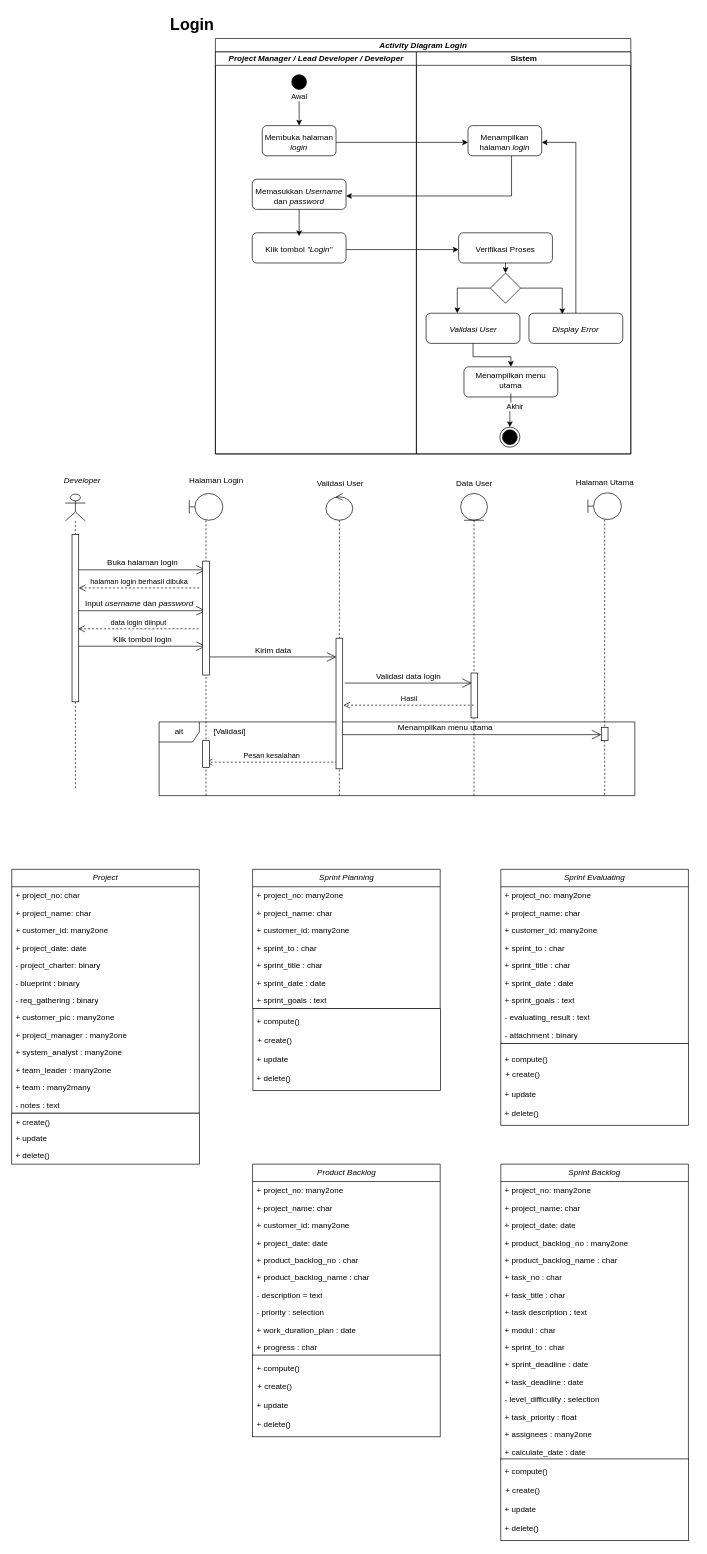
Earlier version of the draw.io diagram page "Halaman-2" (2 of 9) of Diagram Tanpa Judul.drawio (raldawiyahh/alda-resolusi). Source tidied: cells renumbered, new cells numbered last; positions are measured from the earlier drawing's top-left corner, leaving out a move shared by most shapes. Both pictures are drawn from the tidied source at 67%, with x=0, y=0 at pixel (11, 11).
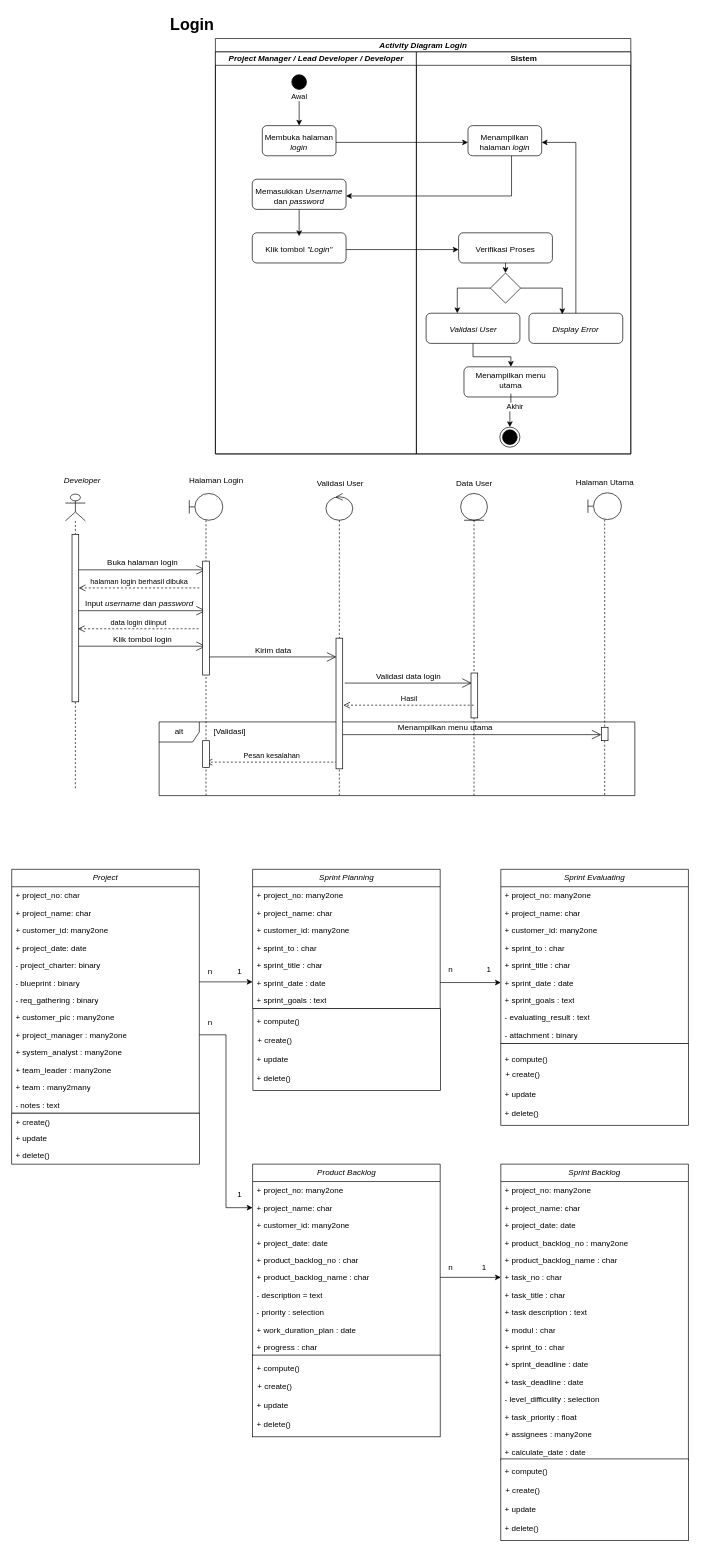
The same page after the edit.

Unchanged cells that the change refers to:
```xml
<mxCell id="95" value="&lt;div&gt;+ project_manager : many2one&lt;br&gt;&lt;/div&gt;&lt;div&gt;&lt;br&gt;&lt;/div&gt;&lt;div&gt;&lt;br&gt;&lt;/div&gt;&lt;div&gt;&lt;br&gt;&lt;br&gt;&lt;/div&gt;" style="text;strokeColor=none;fillColor=none;align=left;verticalAlign=top;spacingLeft=4;spacingRight=4;overflow=hidden;points=[[0,0.5],[1,0.5]];portConstraint=eastwest;whiteSpace=wrap;html=1;" parent="86" vertex="1">
  <mxGeometry y="234" width="280" height="26" as="geometry" />
</mxCell>
<mxCell id="106" value="&lt;div&gt;+ sprint_date : date&lt;br&gt;&lt;/div&gt;&lt;div&gt;&lt;br&gt;&lt;/div&gt;&lt;div&gt;&lt;br&gt;&lt;/div&gt;&lt;div&gt;&lt;br&gt;&lt;/div&gt;&lt;div&gt;&lt;br&gt;&lt;br&gt;&lt;/div&gt;" style="text;strokeColor=none;fillColor=none;align=left;verticalAlign=top;spacingLeft=4;spacingRight=4;overflow=hidden;points=[[0,0.5],[1,0.5]];portConstraint=eastwest;whiteSpace=wrap;html=1;" parent="100" vertex="1">
  <mxGeometry y="156" width="280" height="26" as="geometry" />
</mxCell>
<mxCell id="110" value="+ project_name: char" style="text;strokeColor=none;fillColor=none;align=left;verticalAlign=top;spacingLeft=4;spacingRight=4;overflow=hidden;points=[[0,0.5],[1,0.5]];portConstraint=eastwest;whiteSpace=wrap;html=1;" parent="108" vertex="1">
  <mxGeometry y="52" width="280" height="26" as="geometry" />
</mxCell>
<mxCell id="114" value="&lt;div&gt;+ product_backlog_name : char&lt;/div&gt;&lt;div&gt;&lt;br&gt;&lt;/div&gt;&lt;div&gt;&lt;br&gt;&lt;/div&gt;&lt;div&gt;&lt;br&gt;&lt;/div&gt;&lt;div&gt;&lt;br&gt;&lt;br&gt;&lt;/div&gt;" style="text;strokeColor=none;fillColor=none;align=left;verticalAlign=top;spacingLeft=4;spacingRight=4;overflow=hidden;points=[[0,0.5],[1,0.5]];portConstraint=eastwest;whiteSpace=wrap;html=1;" parent="108" vertex="1">
  <mxGeometry y="156" width="280" height="26" as="geometry" />
</mxCell>
<mxCell id="125" value="&lt;div&gt;+ sprint_date : date&lt;br&gt;&lt;/div&gt;&lt;div&gt;&lt;br&gt;&lt;/div&gt;&lt;div&gt;&lt;br&gt;&lt;/div&gt;&lt;div&gt;&lt;br&gt;&lt;/div&gt;&lt;div&gt;&lt;br&gt;&lt;br&gt;&lt;/div&gt;" style="text;strokeColor=none;fillColor=none;align=left;verticalAlign=top;spacingLeft=4;spacingRight=4;overflow=hidden;points=[[0,0.5],[1,0.5]];portConstraint=eastwest;whiteSpace=wrap;html=1;" parent="119" vertex="1">
  <mxGeometry y="156" width="280" height="26" as="geometry" />
</mxCell>
<mxCell id="135" value="&lt;div&gt;+ task_no : char&lt;br&gt;&lt;/div&gt;&lt;div&gt;&lt;br&gt;&lt;/div&gt;&lt;div&gt;&lt;br&gt;&lt;/div&gt;&lt;div&gt;&lt;br&gt;&lt;/div&gt;&lt;div&gt;&lt;br&gt;&lt;br&gt;&lt;/div&gt;" style="text;strokeColor=none;fillColor=none;align=left;verticalAlign=top;spacingLeft=4;spacingRight=4;overflow=hidden;points=[[0,0.5],[1,0.5]];portConstraint=eastwest;whiteSpace=wrap;html=1;" parent="129" vertex="1">
  <mxGeometry y="156" width="280" height="26" as="geometry" />
</mxCell>
```

Change to the diagram source:
```diff
@@
+    <mxCell id="175" style="edgeStyle=orthogonalEdgeStyle;rounded=0;orthogonalLoop=1;jettySize=auto;html=1;entryX=0;entryY=0.5;entryDx=0;entryDy=0;" parent="1" edge="1">
+      <mxGeometry relative="1" as="geometry">
+        <mxPoint x="280" y="1448" as="sourcePoint" />
+        <mxPoint x="359.5" y="1448" as="targetPoint" />
+      </mxGeometry>
+    </mxCell>
+    <mxCell id="176" style="edgeStyle=orthogonalEdgeStyle;rounded=0;jettySize=auto;html=1;exitX=1;exitY=0.5;exitDx=0;exitDy=0;entryX=0;entryY=0.5;entryDx=0;entryDy=0;" parent="1" edge="1" source="95" target="110">
+      <mxGeometry relative="1" as="geometry" />
+    </mxCell>
+    <mxCell id="177" style="edgeStyle=orthogonalEdgeStyle;rounded=0;jettySize=auto;html=1;entryX=0;entryY=0.5;entryDx=0;entryDy=0;" parent="1" edge="1" source="106" target="125">
+      <mxGeometry relative="1" as="geometry" />
+    </mxCell>
+    <mxCell id="178" style="edgeStyle=orthogonalEdgeStyle;rounded=0;jettySize=auto;html=1;entryX=0;entryY=0.5;entryDx=0;entryDy=0;" parent="1" edge="1" source="114" target="135">
+      <mxGeometry relative="1" as="geometry" />
+    </mxCell>
+    <mxCell id="179" value="n" style="text;html=1;align=center;verticalAlign=middle;strokeColor=none;fillColor=none;" parent="1" vertex="1">
+      <mxGeometry x="281" y="1418" width="30" height="30" as="geometry" />
+    </mxCell>
+    <mxCell id="180" value="1" style="text;html=1;align=center;verticalAlign=middle;strokeColor=none;fillColor=none;" parent="1" vertex="1">
+      <mxGeometry x="325" y="1418" width="30" height="30" as="geometry" />
+    </mxCell>
+    <mxCell id="181" value="n" style="text;html=1;align=center;verticalAlign=middle;strokeColor=none;fillColor=none;" parent="1" vertex="1">
+      <mxGeometry x="281" y="1494" width="30" height="30" as="geometry" />
+    </mxCell>
+    <mxCell id="182" value="1" style="text;html=1;align=center;verticalAlign=middle;strokeColor=none;fillColor=none;" parent="1" vertex="1">
+      <mxGeometry x="325" y="1750" width="30" height="30" as="geometry" />
+    </mxCell>
+    <mxCell id="183" value="n" style="text;html=1;align=center;verticalAlign=middle;strokeColor=none;fillColor=none;" parent="1" vertex="1">
+      <mxGeometry x="639.5" y="1415" width="30" height="30" as="geometry" />
+    </mxCell>
+    <mxCell id="184" value="n" style="text;html=1;align=center;verticalAlign=middle;strokeColor=none;fillColor=none;" parent="1" vertex="1">
+      <mxGeometry x="640" y="1860" width="30" height="30" as="geometry" />
+    </mxCell>
+    <mxCell id="185" value="1" style="text;html=1;align=center;verticalAlign=middle;strokeColor=none;fillColor=none;" parent="1" vertex="1">
+      <mxGeometry x="696.5" y="1415" width="30" height="30" as="geometry" />
+    </mxCell>
+    <mxCell id="186" value="1" style="text;html=1;align=center;verticalAlign=middle;strokeColor=none;fillColor=none;" parent="1" vertex="1">
+      <mxGeometry x="690" y="1860" width="30" height="30" as="geometry" />
+    </mxCell>
```
